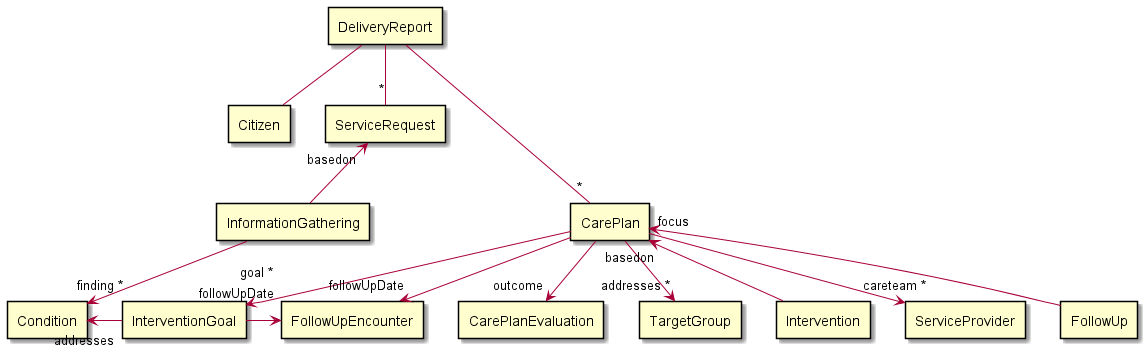
This is input/images/DeliveryReport.png from hl7dk/kl-ffb-reporting, a PlantUML export, as it was before one commit.
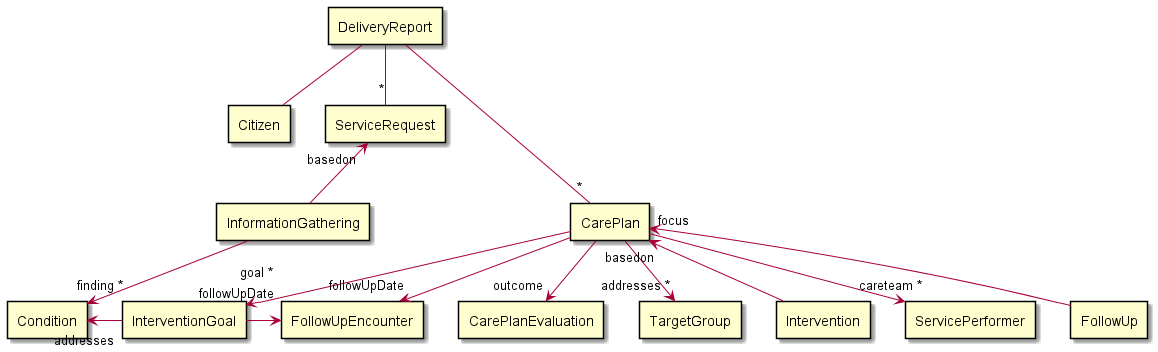
After the commit.

What changed in the source:
```diff
@@ -16,7 +16,7 @@
 rectangle "TargetGroup" as targetgroup
 
 rectangle "Intervention" as intervention
-rectangle "ServiceProvider" as provider
+rectangle "ServicePerformer" as provider
 
 rectangle "FollowUp" as followup
 
```
